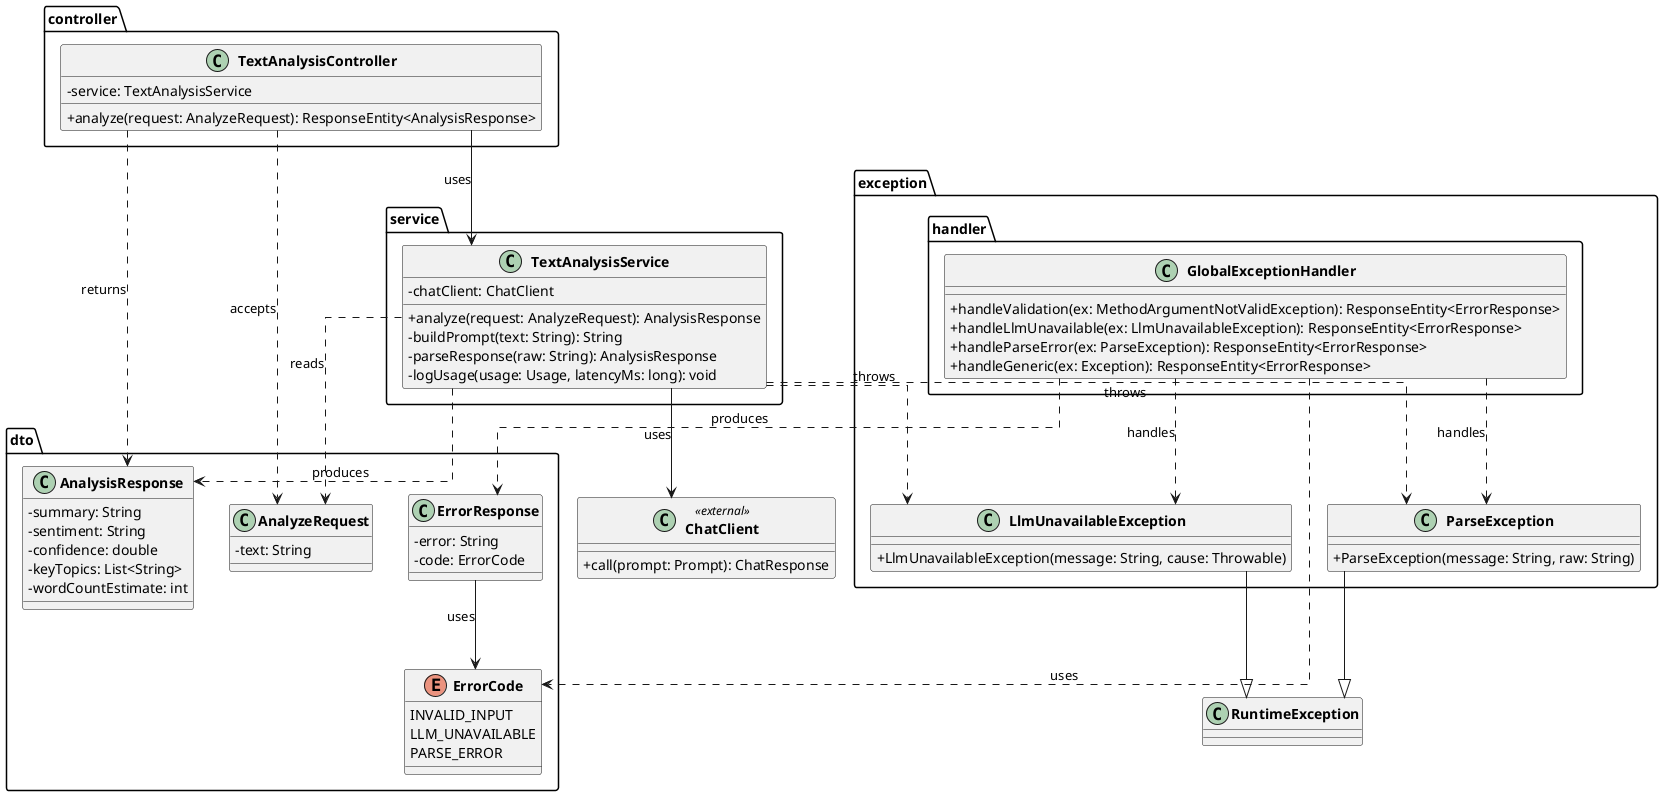
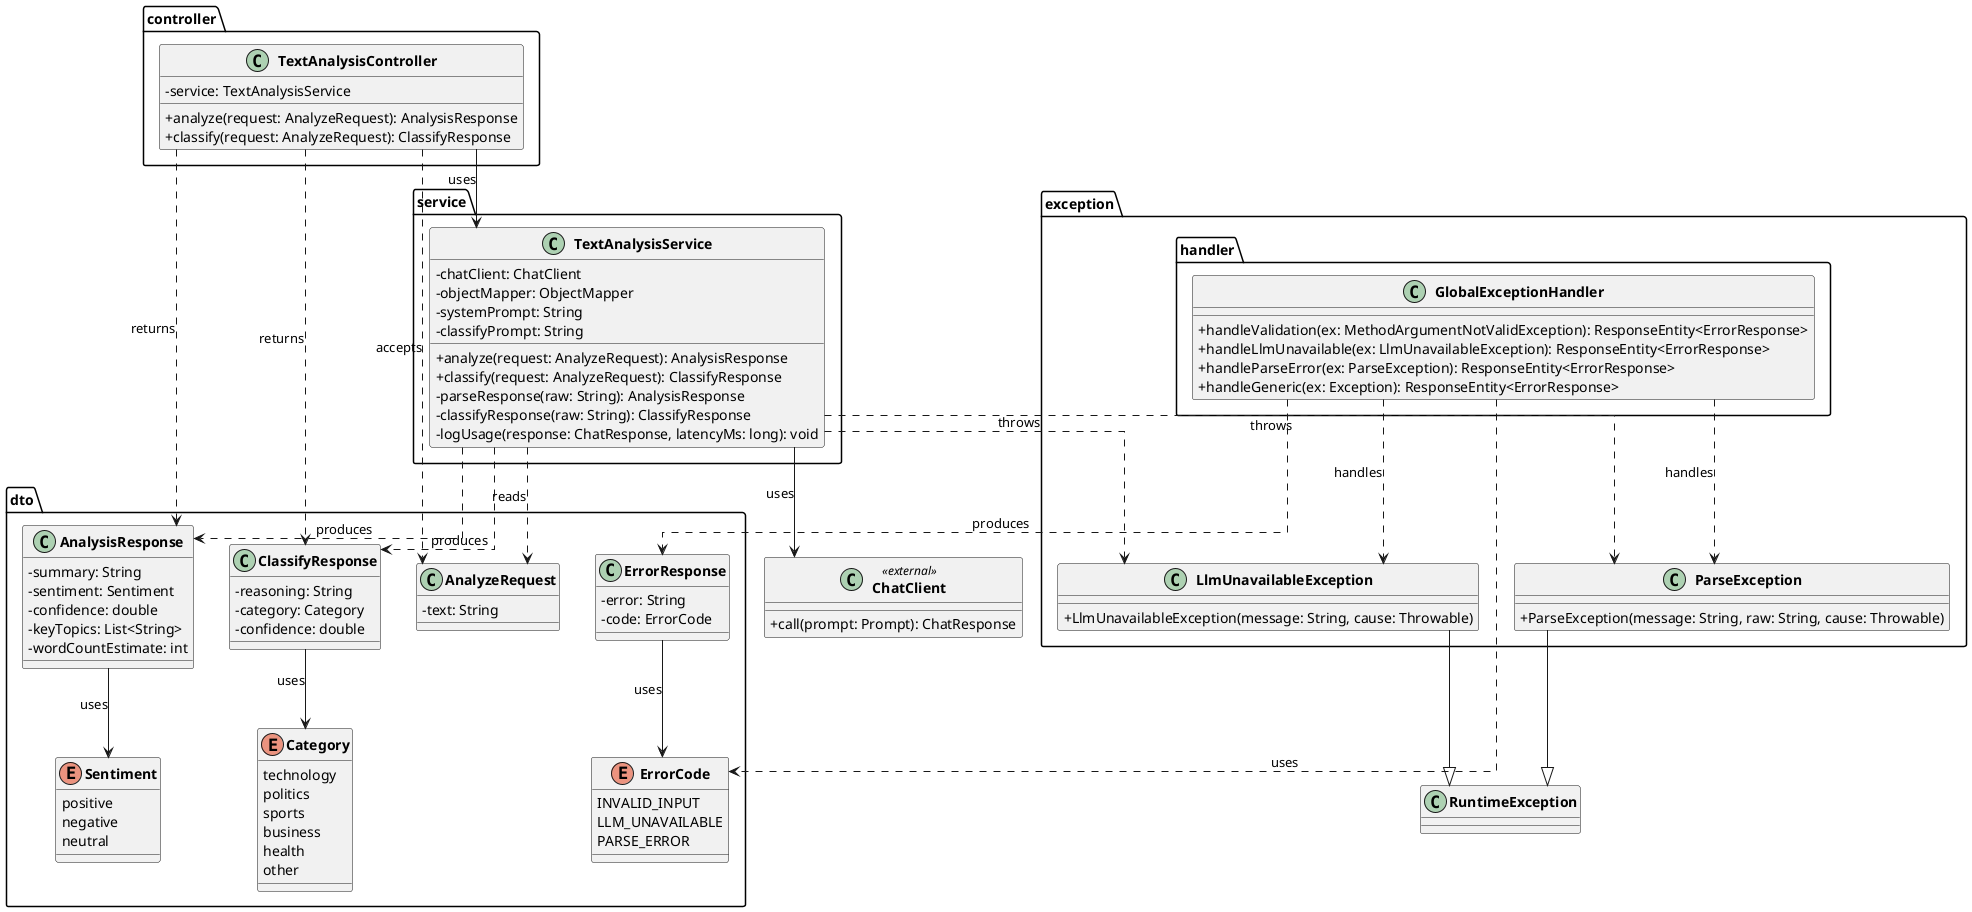
@startuml class-diagram

skinparam classAttributeIconSize 0
skinparam classFontStyle bold
skinparam linetype ortho

package "controller" {
  class TextAnalysisController {
    - service: TextAnalysisService
-     + analyze(request: AnalyzeRequest): ResponseEntity<AnalysisResponse>
+     + analyze(request: AnalyzeRequest): AnalysisResponse
+     + classify(request: AnalyzeRequest): ClassifyResponse
  }
}

package "service" {
  class TextAnalysisService {
    - chatClient: ChatClient
+     - objectMapper: ObjectMapper
+     - systemPrompt: String
+     - classifyPrompt: String
    + analyze(request: AnalyzeRequest): AnalysisResponse
-     - buildPrompt(text: String): String
+     + classify(request: AnalyzeRequest): ClassifyResponse
    - parseResponse(raw: String): AnalysisResponse
-     - logUsage(usage: Usage, latencyMs: long): void
+     - classifyResponse(raw: String): ClassifyResponse
+     - logUsage(response: ChatResponse, latencyMs: long): void
  }
}

package "dto" {
  class AnalyzeRequest {
    - text: String
  }

+   ' Week 1
  class AnalysisResponse {
    - summary: String
-     - sentiment: String
+     - sentiment: Sentiment
    - confidence: double
    - keyTopics: List<String>
    - wordCountEstimate: int
+   }
+ 
+   enum Sentiment {
+     positive
+     negative
+     neutral
+   }
+ 
+   ' Week 2
+   class ClassifyResponse {
+     - reasoning: String
+     - category: Category
+     - confidence: double
+   }
+ 
+   enum Category {
+     technology
+     politics
+     sports
+     business
+     health
+     other
  }

  class ErrorResponse {
    - error: String
    - code: ErrorCode
  }

  enum ErrorCode {
    INVALID_INPUT
    LLM_UNAVAILABLE
    PARSE_ERROR
  }
}

package "exception" {
  class LlmUnavailableException {
    + LlmUnavailableException(message: String, cause: Throwable)
  }

  class ParseException {
-     + ParseException(message: String, raw: String)
+     + ParseException(message: String, raw: String, cause: Throwable)
  }
}

package "exception.handler" {
  class GlobalExceptionHandler {
    + handleValidation(ex: MethodArgumentNotValidException): ResponseEntity<ErrorResponse>
    + handleLlmUnavailable(ex: LlmUnavailableException): ResponseEntity<ErrorResponse>
    + handleParseError(ex: ParseException): ResponseEntity<ErrorResponse>
    + handleGeneric(ex: Exception): ResponseEntity<ErrorResponse>
  }
}

' ── Dependencies ──────────────────────────────────────────────
TextAnalysisController --> TextAnalysisService : uses

TextAnalysisService --> ChatClient : uses

' ── Data flow (usage, not ownership) ──────────────────────────
TextAnalysisController ..> AnalyzeRequest : accepts
TextAnalysisController ..> AnalysisResponse : returns
+ TextAnalysisController ..> ClassifyResponse : returns

TextAnalysisService ..> AnalyzeRequest : reads
TextAnalysisService ..> AnalysisResponse : produces
+ TextAnalysisService ..> ClassifyResponse : produces
+ 
+ AnalysisResponse --> Sentiment : uses
+ ClassifyResponse --> Category : uses

' ── Exceptions thrown by service ──────────────────────────────
TextAnalysisService ..> LlmUnavailableException : «throws»
TextAnalysisService ..> ParseException : «throws»

' ── Exception handler intercepts ──────────────────────────────
GlobalExceptionHandler ..> LlmUnavailableException : «handles»
GlobalExceptionHandler ..> ParseException : «handles»
GlobalExceptionHandler ..> ErrorResponse : produces
GlobalExceptionHandler ..> ErrorCode : uses

' ── ErrorResponse uses ErrorCode enum ─────────────────────────
ErrorResponse --> ErrorCode : uses

' ── Exception hierarchy ────────────────────────────────────────
LlmUnavailableException --|> RuntimeException
ParseException --|> RuntimeException

' ── External dependency (Spring AI) ───────────────────────────
class ChatClient <<external>> {
  + call(prompt: Prompt): ChatResponse
}

@enduml
